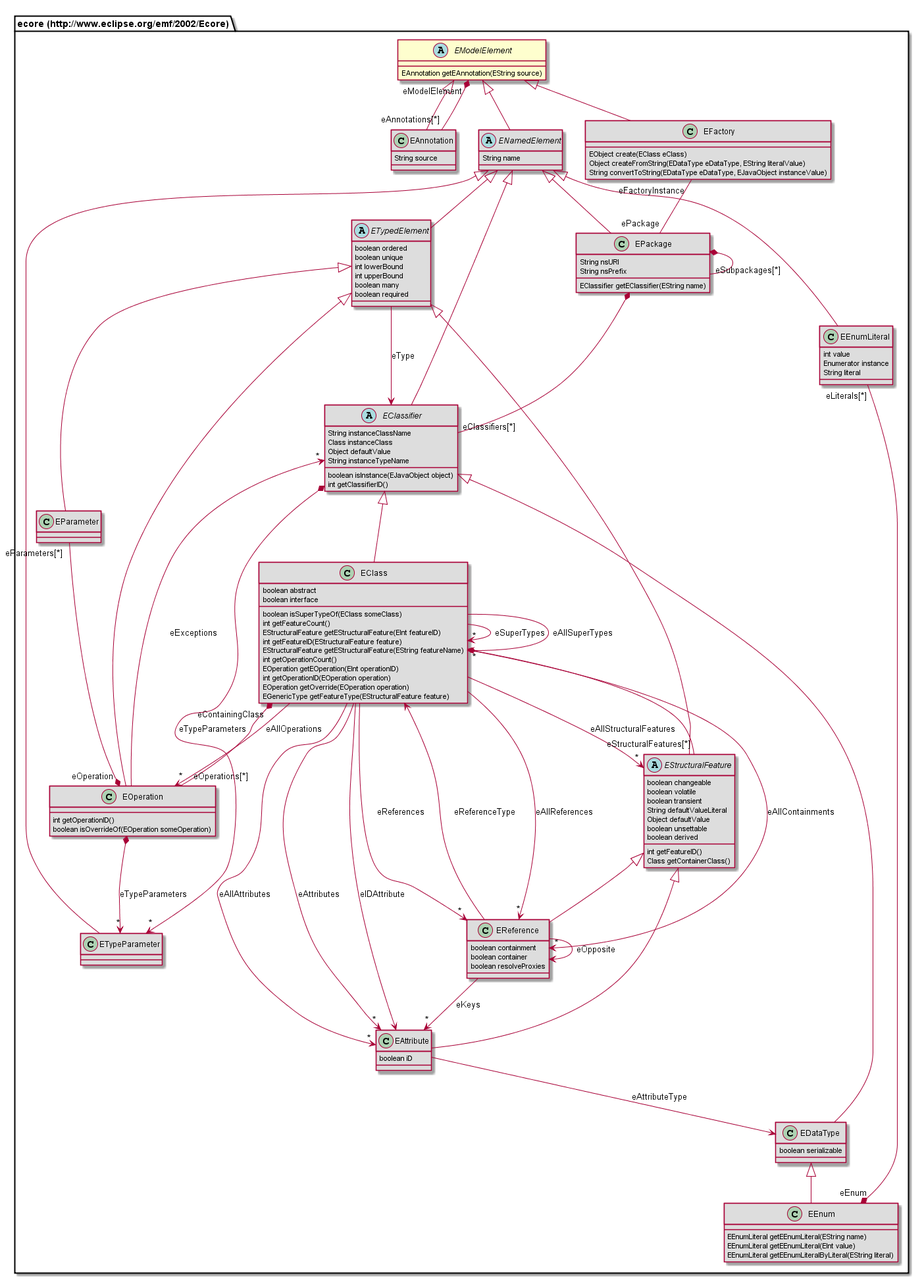
This is org.nasdanika.cdo.security/site/resources/modeldoc/687474703a2f2f7777772e65636c697073652e6f72672f656d662f323030322f45636f7265/EModelElement.png from Nasdanika/server, a PlantUML export, as it was before one commit.
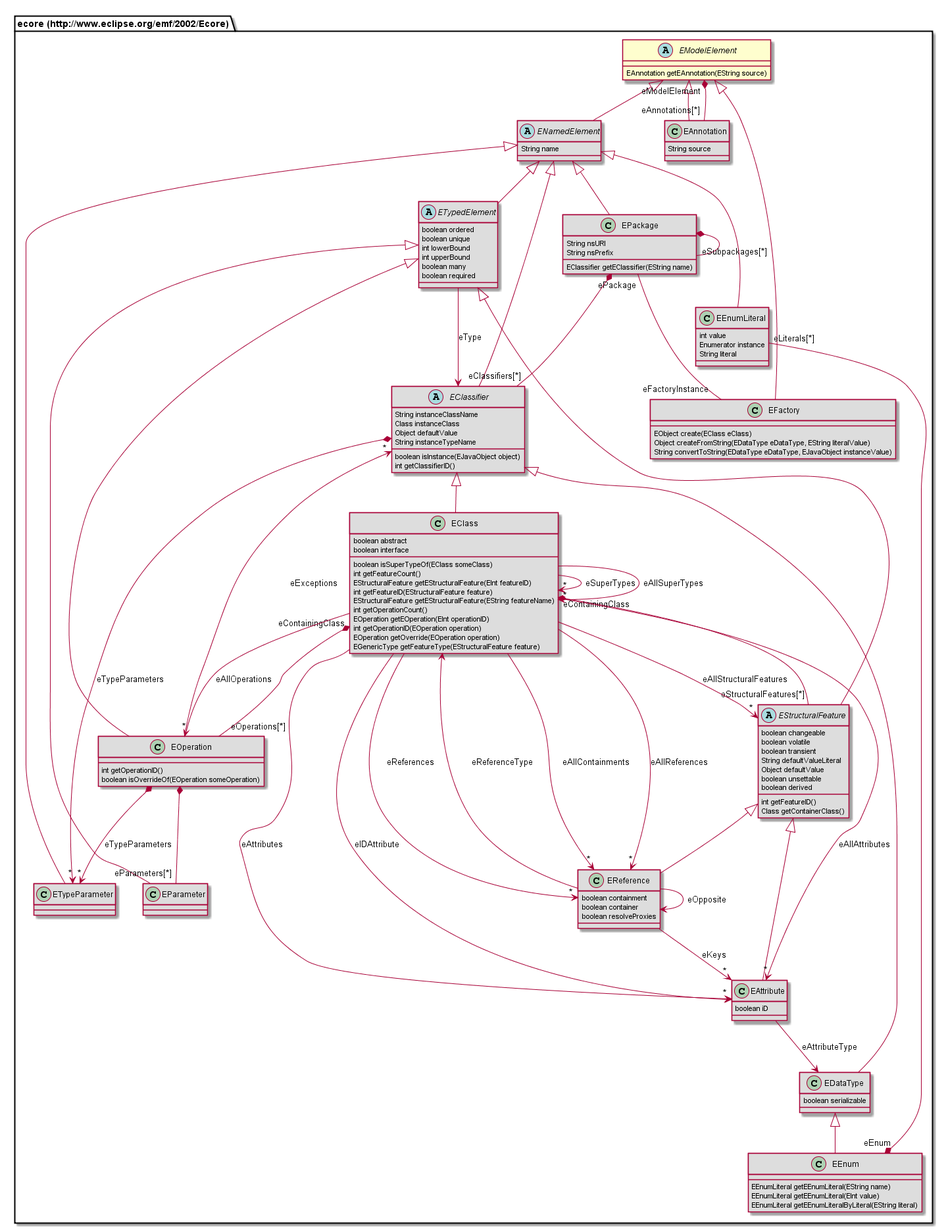
Above is the later version.

The edit, as a diff of the source:
```diff
@@ -1,50 +1,45 @@
 @startuml
-abstract class "ecore (http://www.eclipse.org/emf/2002/Ecore).EModelElement" {
+abstract class "ecore (http://www.eclipse.org/emf/2002/Ecore).EModelElement" [[#router/doc-content/687474703a2f2f7777772e65636c697073652e6f72672f656d662f323030322f45636f7265/EModelElement.html]] {
 	EAnnotation getEAnnotation(EString source)
 }
-class "ecore (http://www.eclipse.org/emf/2002/Ecore).EAnnotation" #DDDDDD {
-	String source
+class "ecore (http://www.eclipse.org/emf/2002/Ecore).EOperation" [[#router/doc-content/687474703a2f2f7777772e65636c697073652e6f72672f656d662f323030322f45636f7265/EOperation.html]] #DDDDDD {
+	int getOperationID()
+	boolean isOverrideOf(EOperation someOperation)
 }
-abstract class "ecore (http://www.eclipse.org/emf/2002/Ecore).ETypedElement" #DDDDDD {
-	boolean ordered
-	boolean unique
-	int lowerBound
-	int upperBound
-	boolean many
-	boolean required
-}
-class "ecore (http://www.eclipse.org/emf/2002/Ecore).EFactory" #DDDDDD {
-	EObject create(EClass eClass)
-	Object createFromString(EDataType eDataType, EString literalValue)
-	String convertToString(EDataType eDataType, EJavaObject instanceValue)
-}
-abstract class "ecore (http://www.eclipse.org/emf/2002/Ecore).ENamedElement" #DDDDDD {
-	String name
-}
-class "ecore (http://www.eclipse.org/emf/2002/Ecore).EPackage" #DDDDDD {
+class "ecore (http://www.eclipse.org/emf/2002/Ecore).EPackage" [[#router/doc-content/687474703a2f2f7777772e65636c697073652e6f72672f656d662f323030322f45636f7265/EPackage.html]] #DDDDDD {
 	String nsURI
 	String nsPrefix
 	EClassifier getEClassifier(EString name)
 }
-class "ecore (http://www.eclipse.org/emf/2002/Ecore).EParameter" #DDDDDD {
-}
-class "ecore (http://www.eclipse.org/emf/2002/Ecore).EEnumLiteral" #DDDDDD {
+class "ecore (http://www.eclipse.org/emf/2002/Ecore).EEnumLiteral" [[#router/doc-content/687474703a2f2f7777772e65636c697073652e6f72672f656d662f323030322f45636f7265/EEnumLiteral.html]] #DDDDDD {
 	int value
 	Enumerator instance
 	String literal
 }
-class "ecore (http://www.eclipse.org/emf/2002/Ecore).ETypeParameter" #DDDDDD {
+class "ecore (http://www.eclipse.org/emf/2002/Ecore).ETypeParameter" [[#router/doc-content/687474703a2f2f7777772e65636c697073652e6f72672f656d662f323030322f45636f7265/ETypeParameter.html]] #DDDDDD {
 }
-class "ecore (http://www.eclipse.org/emf/2002/Ecore).EOperation" #DDDDDD {
-	int getOperationID()
-	boolean isOverrideOf(EOperation someOperation)
+class "ecore (http://www.eclipse.org/emf/2002/Ecore).EReference" [[#router/doc-content/687474703a2f2f7777772e65636c697073652e6f72672f656d662f323030322f45636f7265/EReference.html]] #DDDDDD {
+	boolean containment
+	boolean container
+	boolean resolveProxies
 }
-class "ecore (http://www.eclipse.org/emf/2002/Ecore).EEnum" #DDDDDD {
+class "ecore (http://www.eclipse.org/emf/2002/Ecore).EEnum" [[#router/doc-content/687474703a2f2f7777772e65636c697073652e6f72672f656d662f323030322f45636f7265/EEnum.html]] #DDDDDD {
 	EEnumLiteral getEEnumLiteral(EString name)
 	EEnumLiteral getEEnumLiteral(EInt value)
 	EEnumLiteral getEEnumLiteralByLiteral(EString literal)
 }
-class "ecore (http://www.eclipse.org/emf/2002/Ecore).EClass" #DDDDDD {
+abstract class "ecore (http://www.eclipse.org/emf/2002/Ecore).EStructuralFeature" [[#router/doc-content/687474703a2f2f7777772e65636c697073652e6f72672f656d662f323030322f45636f7265/EStructuralFeature.html]] #DDDDDD {
+	boolean changeable
+	boolean volatile
+	boolean transient
+	String defaultValueLiteral
+	Object defaultValue
+	boolean unsettable
+	boolean derived
+	int getFeatureID()
+	Class getContainerClass()
+}
+class "ecore (http://www.eclipse.org/emf/2002/Ecore).EClass" [[#router/doc-content/687474703a2f2f7777772e65636c697073652e6f72672f656d662f323030322f45636f7265/EClass.html]] #DDDDDD {
 	boolean abstract
 	boolean interface
 	boolean isSuperTypeOf(EClass someClass)
@@ -58,12 +53,7 @@
 	EOperation getOverride(EOperation operation)
 	EGenericType getFeatureType(EStructuralFeature feature)
 }
-class "ecore (http://www.eclipse.org/emf/2002/Ecore).EReference" #DDDDDD {
-	boolean containment
-	boolean container
-	boolean resolveProxies
-}
-abstract class "ecore (http://www.eclipse.org/emf/2002/Ecore).EClassifier" #DDDDDD {
+abstract class "ecore (http://www.eclipse.org/emf/2002/Ecore).EClassifier" [[#router/doc-content/687474703a2f2f7777772e65636c697073652e6f72672f656d662f323030322f45636f7265/EClassifier.html]] #DDDDDD {
 	String instanceClassName
 	Class instanceClass
 	Object defaultValue
@@ -71,49 +61,61 @@
 	boolean isInstance(EJavaObject object)
 	int getClassifierID()
 }
-abstract class "ecore (http://www.eclipse.org/emf/2002/Ecore).EStructuralFeature" #DDDDDD {
-	boolean changeable
-	boolean volatile
-	boolean transient
-	String defaultValueLiteral
-	Object defaultValue
-	boolean unsettable
-	boolean derived
-	int getFeatureID()
-	Class getContainerClass()
+abstract class "ecore (http://www.eclipse.org/emf/2002/Ecore).ENamedElement" [[#router/doc-content/687474703a2f2f7777772e65636c697073652e6f72672f656d662f323030322f45636f7265/ENamedElement.html]] #DDDDDD {
+	String name
 }
-class "ecore (http://www.eclipse.org/emf/2002/Ecore).EDataType" #DDDDDD {
+class "ecore (http://www.eclipse.org/emf/2002/Ecore).EAnnotation" [[#router/doc-content/687474703a2f2f7777772e65636c697073652e6f72672f656d662f323030322f45636f7265/EAnnotation.html]] #DDDDDD {
+	String source
+}
+class "ecore (http://www.eclipse.org/emf/2002/Ecore).EParameter" [[#router/doc-content/687474703a2f2f7777772e65636c697073652e6f72672f656d662f323030322f45636f7265/EParameter.html]] #DDDDDD {
+}
+class "ecore (http://www.eclipse.org/emf/2002/Ecore).EDataType" [[#router/doc-content/687474703a2f2f7777772e65636c697073652e6f72672f656d662f323030322f45636f7265/EDataType.html]] #DDDDDD {
 	boolean serializable
 }
-class "ecore (http://www.eclipse.org/emf/2002/Ecore).EAttribute" #DDDDDD {
+abstract class "ecore (http://www.eclipse.org/emf/2002/Ecore).ETypedElement" [[#router/doc-content/687474703a2f2f7777772e65636c697073652e6f72672f656d662f323030322f45636f7265/ETypedElement.html]] #DDDDDD {
+	boolean ordered
+	boolean unique
+	int lowerBound
+	int upperBound
+	boolean many
+	boolean required
+}
+class "ecore (http://www.eclipse.org/emf/2002/Ecore).EAttribute" [[#router/doc-content/687474703a2f2f7777772e65636c697073652e6f72672f656d662f323030322f45636f7265/EAttribute.html]] #DDDDDD {
 	boolean iD
 }
-"ecore (http://www.eclipse.org/emf/2002/Ecore).EModelElement" <|-- "ecore (http://www.eclipse.org/emf/2002/Ecore).EAnnotation"
-"ecore (http://www.eclipse.org/emf/2002/Ecore).ENamedElement" <|-- "ecore (http://www.eclipse.org/emf/2002/Ecore).ETypedElement"
-"ecore (http://www.eclipse.org/emf/2002/Ecore).EModelElement" <|-- "ecore (http://www.eclipse.org/emf/2002/Ecore).EFactory"
-"ecore (http://www.eclipse.org/emf/2002/Ecore).EModelElement" <|-- "ecore (http://www.eclipse.org/emf/2002/Ecore).ENamedElement"
+class "ecore (http://www.eclipse.org/emf/2002/Ecore).EFactory" [[#router/doc-content/687474703a2f2f7777772e65636c697073652e6f72672f656d662f323030322f45636f7265/EFactory.html]] #DDDDDD {
+	EObject create(EClass eClass)
+	Object createFromString(EDataType eDataType, EString literalValue)
+	String convertToString(EDataType eDataType, EJavaObject instanceValue)
+}
+"ecore (http://www.eclipse.org/emf/2002/Ecore).ETypedElement" <|-- "ecore (http://www.eclipse.org/emf/2002/Ecore).EOperation"
 "ecore (http://www.eclipse.org/emf/2002/Ecore).ENamedElement" <|-- "ecore (http://www.eclipse.org/emf/2002/Ecore).EPackage"
-"ecore (http://www.eclipse.org/emf/2002/Ecore).ETypedElement" <|-- "ecore (http://www.eclipse.org/emf/2002/Ecore).EParameter"
 "ecore (http://www.eclipse.org/emf/2002/Ecore).ENamedElement" <|-- "ecore (http://www.eclipse.org/emf/2002/Ecore).EEnumLiteral"
 "ecore (http://www.eclipse.org/emf/2002/Ecore).ENamedElement" <|-- "ecore (http://www.eclipse.org/emf/2002/Ecore).ETypeParameter"
-"ecore (http://www.eclipse.org/emf/2002/Ecore).ETypedElement" <|-- "ecore (http://www.eclipse.org/emf/2002/Ecore).EOperation"
+"ecore (http://www.eclipse.org/emf/2002/Ecore).EStructuralFeature" <|-- "ecore (http://www.eclipse.org/emf/2002/Ecore).EReference"
 "ecore (http://www.eclipse.org/emf/2002/Ecore).EDataType" <|-- "ecore (http://www.eclipse.org/emf/2002/Ecore).EEnum"
+"ecore (http://www.eclipse.org/emf/2002/Ecore).ETypedElement" <|-- "ecore (http://www.eclipse.org/emf/2002/Ecore).EStructuralFeature"
 "ecore (http://www.eclipse.org/emf/2002/Ecore).EClassifier" <|-- "ecore (http://www.eclipse.org/emf/2002/Ecore).EClass"
-"ecore (http://www.eclipse.org/emf/2002/Ecore).EStructuralFeature" <|-- "ecore (http://www.eclipse.org/emf/2002/Ecore).EReference"
 "ecore (http://www.eclipse.org/emf/2002/Ecore).ENamedElement" <|-- "ecore (http://www.eclipse.org/emf/2002/Ecore).EClassifier"
-"ecore (http://www.eclipse.org/emf/2002/Ecore).ETypedElement" <|-- "ecore (http://www.eclipse.org/emf/2002/Ecore).EStructuralFeature"
+"ecore (http://www.eclipse.org/emf/2002/Ecore).EModelElement" <|-- "ecore (http://www.eclipse.org/emf/2002/Ecore).ENamedElement"
+"ecore (http://www.eclipse.org/emf/2002/Ecore).EModelElement" <|-- "ecore (http://www.eclipse.org/emf/2002/Ecore).EAnnotation"
+"ecore (http://www.eclipse.org/emf/2002/Ecore).ETypedElement" <|-- "ecore (http://www.eclipse.org/emf/2002/Ecore).EParameter"
 "ecore (http://www.eclipse.org/emf/2002/Ecore).EClassifier" <|-- "ecore (http://www.eclipse.org/emf/2002/Ecore).EDataType"
+"ecore (http://www.eclipse.org/emf/2002/Ecore).ENamedElement" <|-- "ecore (http://www.eclipse.org/emf/2002/Ecore).ETypedElement"
 "ecore (http://www.eclipse.org/emf/2002/Ecore).EStructuralFeature" <|-- "ecore (http://www.eclipse.org/emf/2002/Ecore).EAttribute"
-"ecore (http://www.eclipse.org/emf/2002/Ecore).EAnnotation" "eAnnotations[*]" --* "eModelElement" "ecore (http://www.eclipse.org/emf/2002/Ecore).EModelElement"
-"ecore (http://www.eclipse.org/emf/2002/Ecore).ETypedElement" --> "ecore (http://www.eclipse.org/emf/2002/Ecore).EClassifier" : eType
-"ecore (http://www.eclipse.org/emf/2002/Ecore).EFactory" "eFactoryInstance" -- "ePackage" "ecore (http://www.eclipse.org/emf/2002/Ecore).EPackage"
+"ecore (http://www.eclipse.org/emf/2002/Ecore).EModelElement" <|-- "ecore (http://www.eclipse.org/emf/2002/Ecore).EFactory"
+"ecore (http://www.eclipse.org/emf/2002/Ecore).EOperation" "eOperations[*]" --* "eContainingClass" "ecore (http://www.eclipse.org/emf/2002/Ecore).EClass"
+"ecore (http://www.eclipse.org/emf/2002/Ecore).EOperation" *--> "*" "ecore (http://www.eclipse.org/emf/2002/Ecore).ETypeParameter" : eTypeParameters
+"ecore (http://www.eclipse.org/emf/2002/Ecore).EOperation" *-- "eParameters[*]" "ecore (http://www.eclipse.org/emf/2002/Ecore).EParameter"
+"ecore (http://www.eclipse.org/emf/2002/Ecore).EOperation" --> "*" "ecore (http://www.eclipse.org/emf/2002/Ecore).EClassifier" : eExceptions
+"ecore (http://www.eclipse.org/emf/2002/Ecore).EPackage" "ePackage" -- "eFactoryInstance" "ecore (http://www.eclipse.org/emf/2002/Ecore).EFactory"
 "ecore (http://www.eclipse.org/emf/2002/Ecore).EPackage" *-- "eClassifiers[*]" "ecore (http://www.eclipse.org/emf/2002/Ecore).EClassifier"
 "ecore (http://www.eclipse.org/emf/2002/Ecore).EPackage" *-- "eSubpackages[*]" "ecore (http://www.eclipse.org/emf/2002/Ecore).EPackage"
-"ecore (http://www.eclipse.org/emf/2002/Ecore).EParameter" "eParameters[*]" --* "eOperation" "ecore (http://www.eclipse.org/emf/2002/Ecore).EOperation"
 "ecore (http://www.eclipse.org/emf/2002/Ecore).EEnumLiteral" "eLiterals[*]" --* "eEnum" "ecore (http://www.eclipse.org/emf/2002/Ecore).EEnum"
-"ecore (http://www.eclipse.org/emf/2002/Ecore).EOperation" "eOperations[*]" --* "eContainingClass" "ecore (http://www.eclipse.org/emf/2002/Ecore).EClass"
-"ecore (http://www.eclipse.org/emf/2002/Ecore).EOperation" *--> "*" "ecore (http://www.eclipse.org/emf/2002/Ecore).ETypeParameter" : eTypeParameters
-"ecore (http://www.eclipse.org/emf/2002/Ecore).EOperation" --> "*" "ecore (http://www.eclipse.org/emf/2002/Ecore).EClassifier" : eExceptions
+"ecore (http://www.eclipse.org/emf/2002/Ecore).EReference" --> "ecore (http://www.eclipse.org/emf/2002/Ecore).EReference" : eOpposite
+"ecore (http://www.eclipse.org/emf/2002/Ecore).EReference" --> "ecore (http://www.eclipse.org/emf/2002/Ecore).EClass" : eReferenceType
+"ecore (http://www.eclipse.org/emf/2002/Ecore).EReference" --> "*" "ecore (http://www.eclipse.org/emf/2002/Ecore).EAttribute" : eKeys
+"ecore (http://www.eclipse.org/emf/2002/Ecore).EStructuralFeature" "eStructuralFeatures[*]" --* "eContainingClass" "ecore (http://www.eclipse.org/emf/2002/Ecore).EClass"
 "ecore (http://www.eclipse.org/emf/2002/Ecore).EClass" --> "*" "ecore (http://www.eclipse.org/emf/2002/Ecore).EClass" : eSuperTypes
 "ecore (http://www.eclipse.org/emf/2002/Ecore).EClass" --> "*" "ecore (http://www.eclipse.org/emf/2002/Ecore).EAttribute" : eAllAttributes
 "ecore (http://www.eclipse.org/emf/2002/Ecore).EClass" --> "*" "ecore (http://www.eclipse.org/emf/2002/Ecore).EReference" : eAllReferences
@@ -124,10 +126,8 @@
 "ecore (http://www.eclipse.org/emf/2002/Ecore).EClass" --> "*" "ecore (http://www.eclipse.org/emf/2002/Ecore).EStructuralFeature" : eAllStructuralFeatures
 "ecore (http://www.eclipse.org/emf/2002/Ecore).EClass" --> "*" "ecore (http://www.eclipse.org/emf/2002/Ecore).EClass" : eAllSuperTypes
 "ecore (http://www.eclipse.org/emf/2002/Ecore).EClass" --> "ecore (http://www.eclipse.org/emf/2002/Ecore).EAttribute" : eIDAttribute
-"ecore (http://www.eclipse.org/emf/2002/Ecore).EClass" *-- "eStructuralFeatures[*]" "ecore (http://www.eclipse.org/emf/2002/Ecore).EStructuralFeature"
-"ecore (http://www.eclipse.org/emf/2002/Ecore).EReference" --> "ecore (http://www.eclipse.org/emf/2002/Ecore).EReference" : eOpposite
-"ecore (http://www.eclipse.org/emf/2002/Ecore).EReference" --> "ecore (http://www.eclipse.org/emf/2002/Ecore).EClass" : eReferenceType
-"ecore (http://www.eclipse.org/emf/2002/Ecore).EReference" --> "*" "ecore (http://www.eclipse.org/emf/2002/Ecore).EAttribute" : eKeys
 "ecore (http://www.eclipse.org/emf/2002/Ecore).EClassifier" *--> "*" "ecore (http://www.eclipse.org/emf/2002/Ecore).ETypeParameter" : eTypeParameters
+"ecore (http://www.eclipse.org/emf/2002/Ecore).EAnnotation" "eAnnotations[*]" --* "eModelElement" "ecore (http://www.eclipse.org/emf/2002/Ecore).EModelElement"
+"ecore (http://www.eclipse.org/emf/2002/Ecore).ETypedElement" --> "ecore (http://www.eclipse.org/emf/2002/Ecore).EClassifier" : eType
 "ecore (http://www.eclipse.org/emf/2002/Ecore).EAttribute" --> "ecore (http://www.eclipse.org/emf/2002/Ecore).EDataType" : eAttributeType
 @enduml
```
